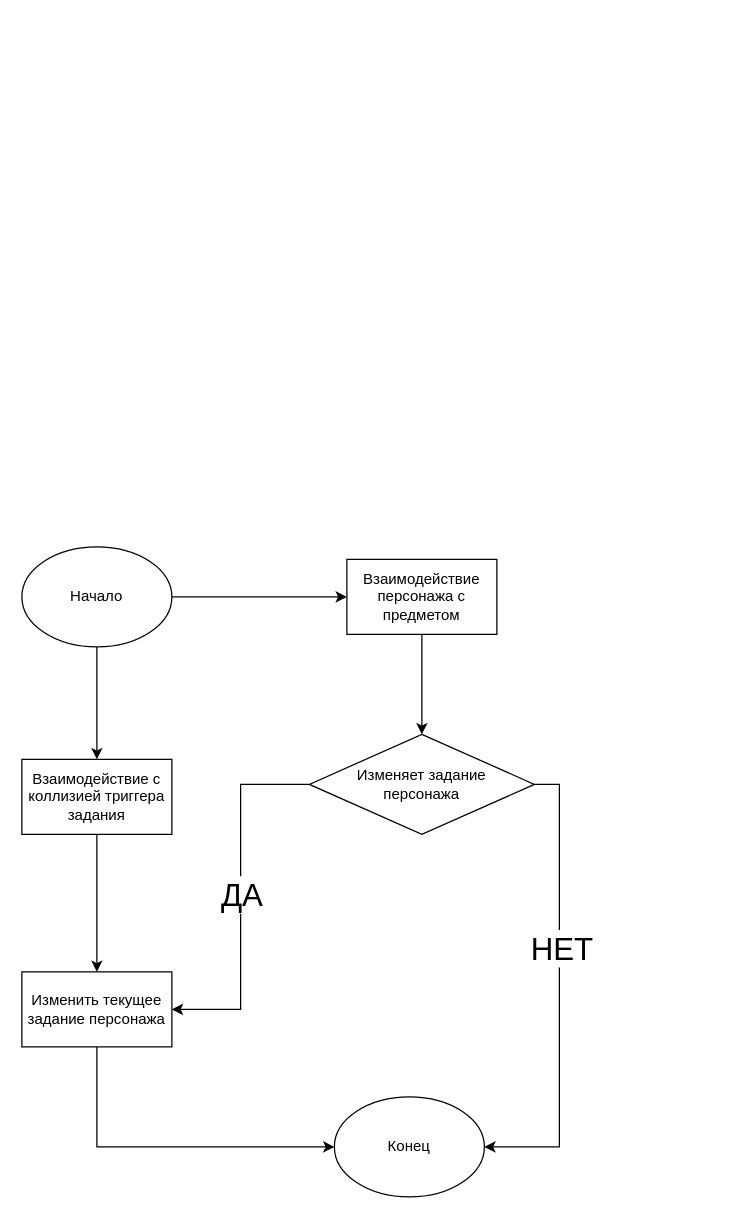
Above: Logic diagram Mission.drawio in Alv1or/RPG (draw.io), before the change. Source tidied: cells renumbered, new cells numbered last; positions are measured from the earlier drawing's top-left corner, leaving out a move shared by most shapes. Both pictures are drawn from the tidied source at 125%, with x=0, y=0 at pixel (21, 546).
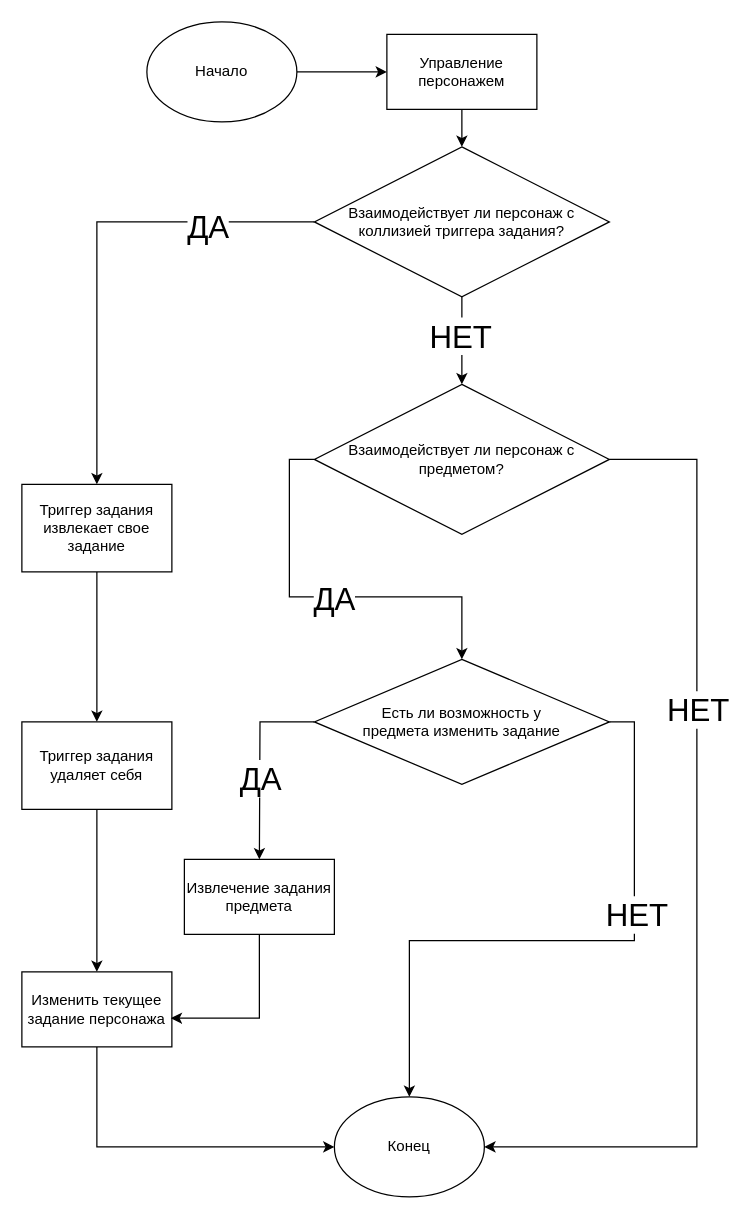
The same page after the edit.

Unchanged cells that the change refers to:
```xml
<mxCell id="5" value="Конец" style="ellipse;whiteSpace=wrap;html=1;" parent="1" vertex="1">
  <mxGeometry x="250" y="440" width="120" height="80" as="geometry" />
</mxCell>
<mxCell id="14" value="Изменить текущее задание персонажа" style="rounded=0;whiteSpace=wrap;html=1;" parent="1" vertex="1">
  <mxGeometry y="340" width="120" height="60" as="geometry" />
</mxCell>
```

The edit, as a diff of the source:
```diff
@@
-    <mxCell id="2" style="edgeStyle=orthogonalEdgeStyle;rounded=0;jettySize=auto;html=1;entryX=0;entryY=0.5;entryDx=0;entryDy=0;" parent="1" edge="1" source="4" target="7">
+    <mxCell id="2" style="edgeStyle=orthogonalEdgeStyle;rounded=0;jettySize=auto;html=1;" parent="1" edge="1" source="4" target="22">
       <mxGeometry relative="1" as="geometry" />
     </mxCell>
-    <mxCell id="3" style="edgeStyle=orthogonalEdgeStyle;rounded=0;jettySize=auto;html=1;" parent="1" edge="1" source="4" target="16">
-      <mxGeometry relative="1" as="geometry" />
-    </mxCell>
     <mxCell id="4" value="Начало" style="ellipse;whiteSpace=wrap;html=1;" parent="1" vertex="1">
-      <mxGeometry width="120" height="80" as="geometry" />
+      <mxGeometry x="100" y="-420" width="120" height="80" as="geometry" />
     </mxCell>
@@
-    <mxCell id="6" style="edgeStyle=orthogonalEdgeStyle;rounded=0;jettySize=auto;html=1;exitX=0.5;exitY=1;exitDx=0;exitDy=0;entryX=0.5;entryY=0;entryDx=0;entryDy=0;" parent="1" edge="1" source="7" target="12">
-      <mxGeometry relative="1" as="geometry" />
-    </mxCell>
-    <mxCell id="7" value="Взаимодействие персонажа с предметом" style="rounded=0;whiteSpace=wrap;html=1;" parent="1" vertex="1">
-      <mxGeometry x="260" y="10" width="120" height="60" as="geometry" />
-    </mxCell>
-    <mxCell id="8" style="edgeStyle=orthogonalEdgeStyle;rounded=0;jettySize=auto;html=1;entryX=1;entryY=0.5;entryDx=0;entryDy=0;" parent="1" edge="1" source="12" target="14">
-      <mxGeometry relative="1" as="geometry" />
+    <mxCell id="8" style="edgeStyle=orthogonalEdgeStyle;rounded=0;jettySize=auto;html=1;entryX=0.5;entryY=0;entryDx=0;entryDy=0;exitX=0;exitY=0.5;exitDx=0;exitDy=0;" parent="1" edge="1" source="12">
+      <mxGeometry relative="1" as="geometry">
+        <mxPoint x="190" y="250" as="targetPoint" />
+      </mxGeometry>
     </mxCell>
     <mxCell id="9" value="&lt;font style=&quot;font-size: 25px;&quot;&gt;ДА&lt;/font&gt;" style="edgeLabel;html=1;align=center;verticalAlign=middle;" parent="8" vertex="1">
-      <mxGeometry x="-0.02" relative="1" as="geometry" />
+      <mxGeometry x="-0.02" relative="1" as="geometry">
+        <mxPoint y="13" as="offset" />
+      </mxGeometry>
     </mxCell>
-    <mxCell id="10" style="edgeStyle=orthogonalEdgeStyle;rounded=0;jettySize=auto;html=1;entryX=1;entryY=0.5;entryDx=0;entryDy=0;exitX=1;exitY=0.5;exitDx=0;exitDy=0;" parent="1" edge="1" source="12" target="5">
+    <mxCell id="10" style="edgeStyle=orthogonalEdgeStyle;rounded=0;jettySize=auto;html=1;entryX=0.5;entryY=0;entryDx=0;entryDy=0;exitX=1;exitY=0.5;exitDx=0;exitDy=0;" parent="1" edge="1" source="12" target="5">
       <mxGeometry relative="1" as="geometry" />
     </mxCell>
@@
-    <mxCell id="12" value="&lt;div&gt;Изменяет задание&lt;/div&gt;&lt;div&gt;персонажа&lt;/div&gt;" style="rhombus;whiteSpace=wrap;html=1;" parent="1" vertex="1">
-      <mxGeometry x="230" y="150" width="180" height="80" as="geometry" />
+    <mxCell id="12" value="Есть ли возможность у&lt;br&gt;&lt;div&gt;предмета изменить задание&lt;/div&gt;" style="rhombus;whiteSpace=wrap;html=1;" parent="1" vertex="1">
+      <mxGeometry x="234" y="90" width="236" height="100" as="geometry" />
     </mxCell>
@@
-    <mxCell id="15" style="edgeStyle=orthogonalEdgeStyle;rounded=0;jettySize=auto;html=1;" parent="1" edge="1" source="16" target="14">
-      <mxGeometry relative="1" as="geometry" />
-    </mxCell>
-    <mxCell id="16" value="Взаимодействие с коллизией триггера задания" style="rounded=0;whiteSpace=wrap;html=1;" parent="1" vertex="1">
-      <mxGeometry y="170" width="120" height="60" as="geometry" />
-    </mxCell>
+    <mxCell id="17" style="edgeStyle=orthogonalEdgeStyle;rounded=0;jettySize=auto;html=1;" parent="1" edge="1" source="18" target="34">
+      <mxGeometry relative="1" as="geometry" />
+    </mxCell>
+    <mxCell id="18" value="Триггер задания извлекает свое задание" style="rounded=0;whiteSpace=wrap;html=1;" parent="1" vertex="1">
+      <mxGeometry y="-50" width="120" height="70" as="geometry" />
+    </mxCell>
+    <mxCell id="19" style="edgeStyle=orthogonalEdgeStyle;rounded=0;jettySize=auto;html=1;entryX=0.993;entryY=0.617;entryDx=0;entryDy=0;entryPerimeter=0;exitX=0.5;exitY=1;exitDx=0;exitDy=0;" parent="1" edge="1" target="14">
+      <mxGeometry relative="1" as="geometry">
+        <mxPoint x="190" y="310" as="sourcePoint" />
+        <Array as="points">
+          <mxPoint x="190" y="377" />
+        </Array>
+      </mxGeometry>
+    </mxCell>
+    <mxCell id="20" value="Извлечение задания предмета" style="rounded=0;whiteSpace=wrap;html=1;" parent="1" vertex="1">
+      <mxGeometry x="130" y="250" width="120" height="60" as="geometry" />
+    </mxCell>
+    <mxCell id="21" style="edgeStyle=orthogonalEdgeStyle;rounded=0;jettySize=auto;html=1;" parent="1" edge="1" source="22" target="27">
+      <mxGeometry relative="1" as="geometry" />
+    </mxCell>
+    <mxCell id="22" value="Управление персонажем" style="rounded=0;whiteSpace=wrap;html=1;" parent="1" vertex="1">
+      <mxGeometry x="292" y="-410" width="120" height="60" as="geometry" />
+    </mxCell>
+    <mxCell id="23" style="edgeStyle=orthogonalEdgeStyle;rounded=0;jettySize=auto;html=1;" parent="1" edge="1" source="27" target="18">
+      <mxGeometry relative="1" as="geometry" />
+    </mxCell>
+    <mxCell id="24" value="&lt;font style=&quot;font-size: 25px;&quot;&gt;ДА&lt;/font&gt;" style="edgeLabel;html=1;align=center;verticalAlign=middle;" parent="23" vertex="1">
+      <mxGeometry x="-0.55" y="2" relative="1" as="geometry" />
+    </mxCell>
+    <mxCell id="25" style="edgeStyle=orthogonalEdgeStyle;rounded=0;jettySize=auto;html=1;exitX=0.5;exitY=1;exitDx=0;exitDy=0;entryX=0.5;entryY=0;entryDx=0;entryDy=0;" parent="1" edge="1" source="27" target="30">
+      <mxGeometry relative="1" as="geometry" />
+    </mxCell>
+    <mxCell id="26" value="&lt;font style=&quot;font-size: 25px;&quot;&gt;НЕТ&lt;/font&gt;" style="edgeLabel;html=1;align=center;verticalAlign=middle;" parent="25" vertex="1">
+      <mxGeometry x="-0.13" y="-2" relative="1" as="geometry" />
+    </mxCell>
+    <mxCell id="27" value="Взаимодействует ли персонаж  с коллизией триггера задания?" style="rhombus;whiteSpace=wrap;html=1;" parent="1" vertex="1">
+      <mxGeometry x="234" y="-320" width="236" height="120" as="geometry" />
+    </mxCell>
+    <mxCell id="28" style="edgeStyle=orthogonalEdgeStyle;rounded=0;jettySize=auto;html=1;entryX=1;entryY=0.5;entryDx=0;entryDy=0;exitX=1;exitY=0.5;exitDx=0;exitDy=0;" parent="1" edge="1" source="30" target="5">
+      <mxGeometry relative="1" as="geometry">
+        <Array as="points">
+          <mxPoint x="540" y="-70" />
+          <mxPoint x="540" y="480" />
+        </Array>
+      </mxGeometry>
+    </mxCell>
+    <mxCell id="29" value="&lt;font style=&quot;font-size: 25px;&quot;&gt;НЕТ&lt;/font&gt;" style="edgeLabel;html=1;align=center;verticalAlign=middle;" parent="28" vertex="1">
+      <mxGeometry x="-0.32" relative="1" as="geometry" />
+    </mxCell>
+    <mxCell id="30" value="Взаимодействует ли персонаж  с предметом?" style="rhombus;whiteSpace=wrap;html=1;" parent="1" vertex="1">
+      <mxGeometry x="234" y="-130" width="236" height="120" as="geometry" />
+    </mxCell>
+    <mxCell id="31" style="edgeStyle=orthogonalEdgeStyle;rounded=0;jettySize=auto;html=1;entryX=0.5;entryY=0;entryDx=0;entryDy=0;exitX=0;exitY=0.5;exitDx=0;exitDy=0;" parent="1" edge="1" source="30" target="12">
+      <mxGeometry relative="1" as="geometry" />
+    </mxCell>
+    <mxCell id="32" value="&lt;font style=&quot;font-size: 25px;&quot;&gt;ДА&lt;/font&gt;" style="edgeLabel;html=1;align=center;verticalAlign=middle;" parent="31" vertex="1">
+      <mxGeometry x="-0.02" relative="1" as="geometry">
+        <mxPoint x="9" as="offset" />
+      </mxGeometry>
+    </mxCell>
+    <mxCell id="33" style="edgeStyle=orthogonalEdgeStyle;rounded=0;jettySize=auto;html=1;" parent="1" edge="1" source="34" target="14">
+      <mxGeometry relative="1" as="geometry" />
+    </mxCell>
+    <mxCell id="34" value="Триггер задания удаляет себя" style="rounded=0;whiteSpace=wrap;html=1;" parent="1" vertex="1">
+      <mxGeometry y="140" width="120" height="70" as="geometry" />
+    </mxCell>
```
